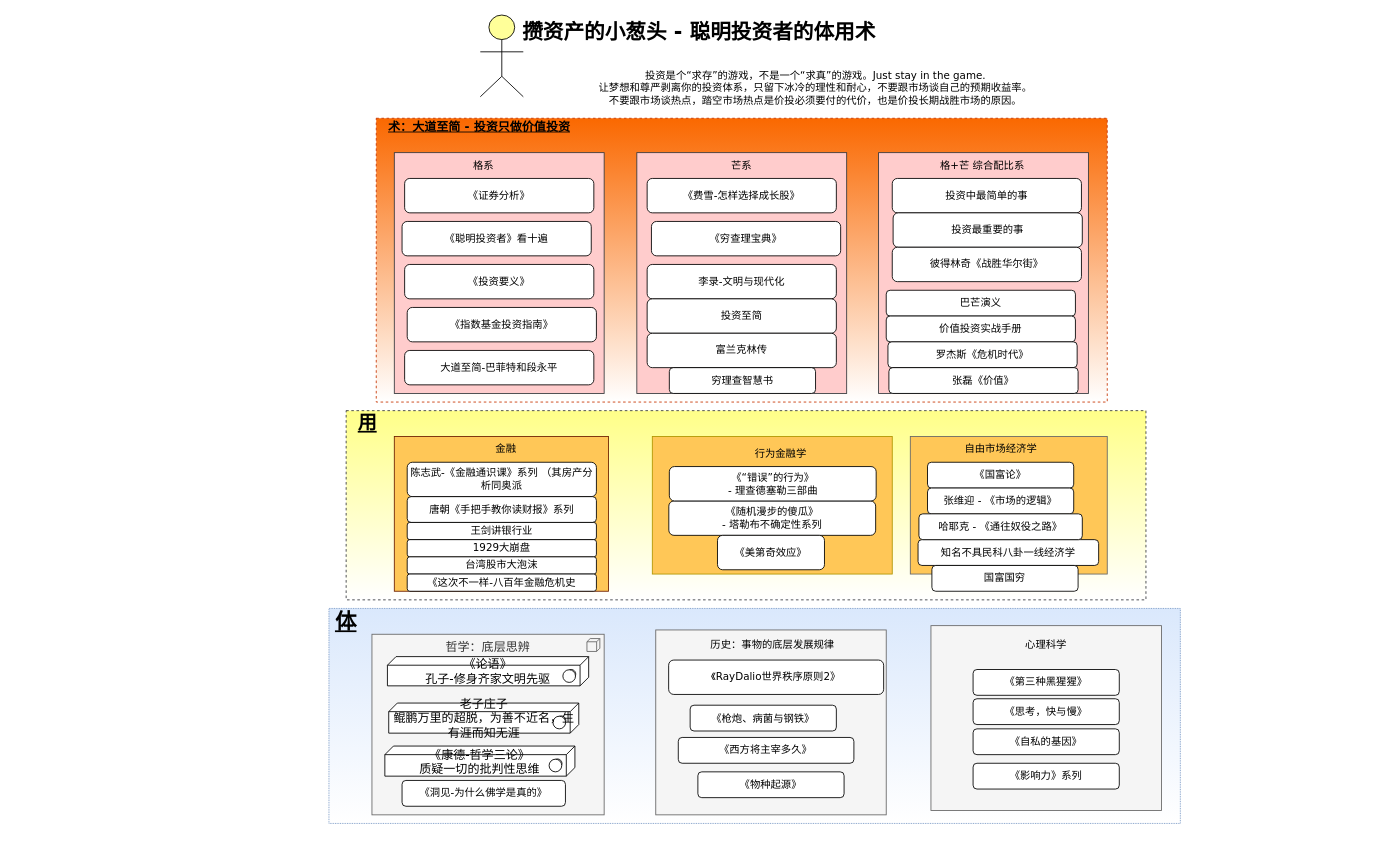
eastlakeside/smart-investor keeps this draw.io diagram as investor_books.drawio. Above is the earlier version. Source tidied: cells renumbered, new cells numbered last; positions are measured from the earlier drawing's top-left corner, leaving out a move shared by most shapes. Both pictures are drawn from the tidied source at 86%, with x=0, y=0 at pixel (15, 15).
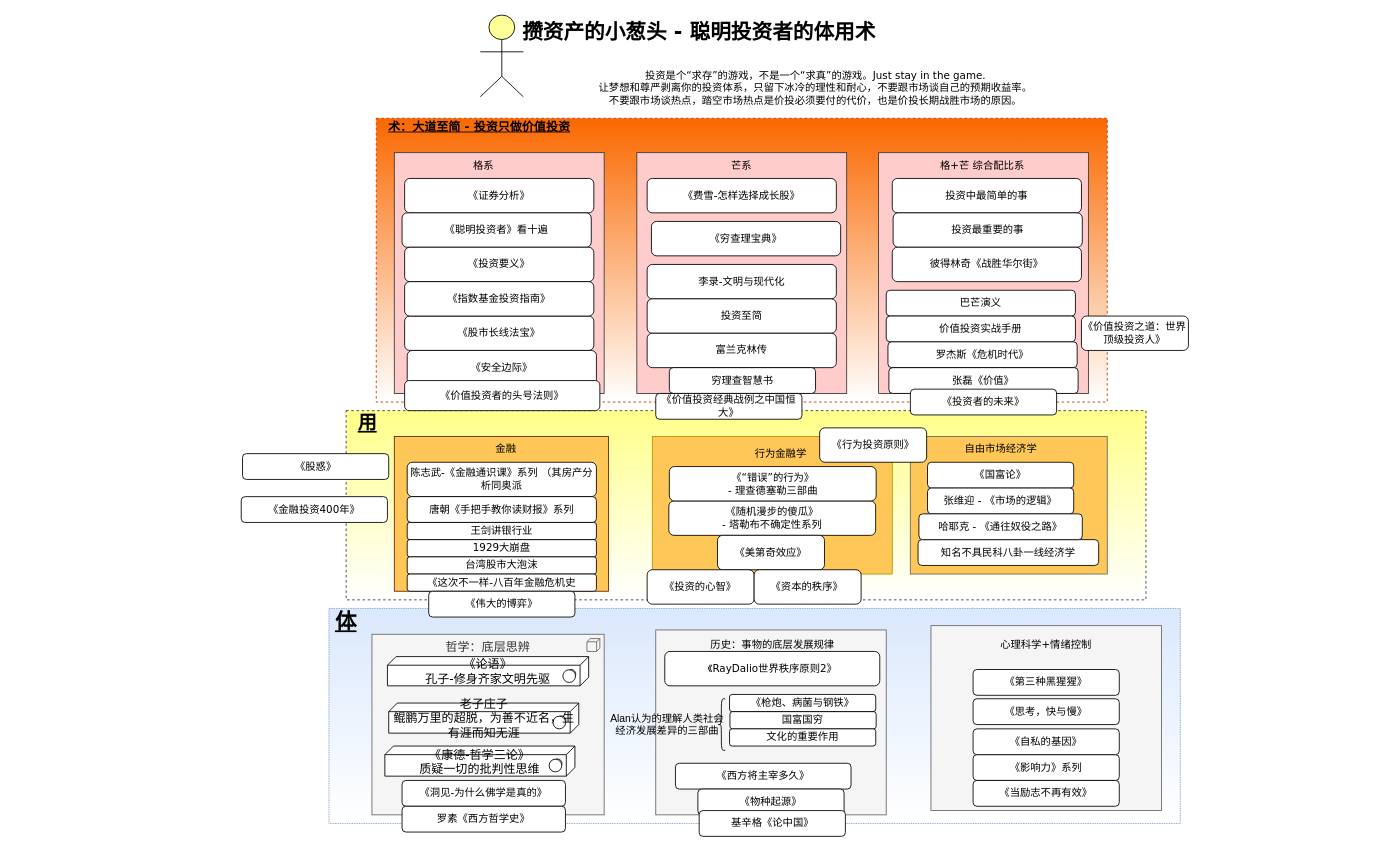
The same diagram, later.

What changed in the source:
```diff
@@
     <mxCell id="15" value="《枪炮、病菌与钢铁》" style="rounded=1;whiteSpace=wrap;html=1;fontFamily=Verdana;" parent="1" vertex="1">
-      <mxGeometry x="785" y="802.5" width="170" height="30" as="geometry" />
+      <mxGeometry x="830.8" y="790" width="170" height="20" as="geometry" />
     </mxCell>
     <mxCell id="16" value="《西方将主宰多久》" style="rounded=1;whiteSpace=wrap;html=1;fontFamily=Verdana;" parent="1" vertex="1">
-      <mxGeometry x="771.2" y="840" width="204.2" height="30" as="geometry" />
+      <mxGeometry x="767.9" y="870" width="204.2" height="30" as="geometry" />
     </mxCell>
@@
-    <mxCell id="21" value="心理科学" style="text;html=1;strokeColor=none;fillColor=none;align=center;verticalAlign=middle;whiteSpace=wrap;rounded=0;fontFamily=Verdana;" parent="1" vertex="1">
+    <mxCell id="21" value="心理科学+情绪控制" style="text;html=1;strokeColor=none;fillColor=none;align=center;verticalAlign=middle;whiteSpace=wrap;rounded=0;fontFamily=Verdana;" parent="1" vertex="1">
       <mxGeometry x="1099.1" y="718" width="199.8" height="28" as="geometry" />
     </mxCell>
     <mxCell id="22" value="《物种起源》" style="rounded=1;whiteSpace=wrap;html=1;fontFamily=Verdana;" parent="1" vertex="1">
-      <mxGeometry x="794" y="880" width="170" height="30" as="geometry" />
+      <mxGeometry x="794" y="900" width="170" height="30" as="geometry" />
     </mxCell>
@@
     <mxCell id="24" value="《影响力》系列" style="rounded=1;whiteSpace=wrap;html=1;fontFamily=Verdana;" parent="1" vertex="1">
-      <mxGeometry x="1114" y="870" width="170" height="30" as="geometry" />
+      <mxGeometry x="1114" y="860" width="170" height="30" as="geometry" />
     </mxCell>
@@
     <mxCell id="42" value="《聪明投资者》看十遍" style="rounded=1;whiteSpace=wrap;html=1;fontFamily=Verdana;" parent="1" vertex="1">
-      <mxGeometry x="450" y="240" width="220" height="40" as="geometry" />
+      <mxGeometry x="450" y="230" width="220" height="40" as="geometry" />
     </mxCell>
     <mxCell id="43" value="《投资要义》" style="rounded=1;whiteSpace=wrap;html=1;fontFamily=Verdana;" parent="1" vertex="1">
-      <mxGeometry x="453" y="290" width="220" height="40" as="geometry" />
+      <mxGeometry x="453" y="270" width="220" height="40" as="geometry" />
     </mxCell>
-    <mxCell id="44" value="大道至简-巴菲特和段永平" style="rounded=1;whiteSpace=wrap;html=1;fontFamily=Verdana;" parent="1" vertex="1">
-      <mxGeometry x="453" y="390" width="220" height="40" as="geometry" />
+    <mxCell id="44" value="《股市长线法宝》" style="rounded=1;whiteSpace=wrap;html=1;fontFamily=Verdana;" parent="1" vertex="1">
+      <mxGeometry x="453" y="350" width="220" height="40" as="geometry" />
     </mxCell>
@@
     <mxCell id="67" value="国富国穷" style="rounded=1;whiteSpace=wrap;html=1;gradientColor=#ffffff;fontFamily=Verdana;" parent="1" vertex="1">
-      <mxGeometry x="1066.1" y="640" width="170" height="30" as="geometry" />
+      <mxGeometry x="831.3" y="810" width="170" height="20" as="geometry" />
     </mxCell>
@@
     <mxCell id="70" value="《RayDalio世界秩序原则2》" style="rounded=1;whiteSpace=wrap;html=1;fontFamily=Verdana;" parent="1" vertex="1">
-      <mxGeometry x="760" y="750" width="250" height="40" as="geometry" />
+      <mxGeometry x="755.5" y="740" width="250" height="40" as="geometry" />
     </mxCell>
     <mxCell id="71" value="《指数基金投资指南》" style="rounded=1;whiteSpace=wrap;html=1;fontFamily=Verdana;" parent="1" vertex="1">
-      <mxGeometry x="456" y="340" width="220" height="40" as="geometry" />
+      <mxGeometry x="453" y="310" width="220" height="40" as="geometry" />
     </mxCell>
+    <mxCell id="72" value="文化的重要作用" style="rounded=1;whiteSpace=wrap;html=1;gradientColor=#ffffff;fontFamily=Verdana;" parent="1" vertex="1">
+      <mxGeometry x="830.8" y="830" width="170" height="20" as="geometry" />
+    </mxCell>
+    <mxCell id="73" style="shape=curlyBracket;whiteSpace=wrap;html=1;rounded=1;" parent="1" vertex="1">
+      <mxGeometry x="816.8" y="795" width="9" height="60" as="geometry" />
+    </mxCell>
+    <mxCell id="74" value="Alan认为的理解人类社会经济发展差异的三部曲" style="text;html=1;strokeColor=none;fillColor=none;align=center;verticalAlign=middle;whiteSpace=wrap;rounded=0;" parent="1" vertex="1">
+      <mxGeometry x="690.8" y="800" width="135" height="50" as="geometry" />
+    </mxCell>
+    <mxCell id="75" value="《当励志不再有效》" style="rounded=1;whiteSpace=wrap;html=1;fontFamily=Verdana;" parent="1" vertex="1">
+      <mxGeometry x="1114" y="890" width="170" height="30" as="geometry" />
+    </mxCell>
+    <mxCell id="76" value="《伟大的博弈》" style="rounded=1;whiteSpace=wrap;html=1;gradientColor=#ffffff;fontFamily=Verdana;" parent="1" vertex="1">
+      <mxGeometry x="481" y="670" width="170" height="30" as="geometry" />
+    </mxCell>
+    <mxCell id="77" value="基辛格《论中国》" style="rounded=1;whiteSpace=wrap;html=1;gradientColor=#ffffff;fontFamily=Verdana;" parent="1" vertex="1">
+      <mxGeometry x="795.5" y="925" width="170" height="30" as="geometry" />
+    </mxCell>
+    <mxCell id="78" value="《安全边际》" style="rounded=1;whiteSpace=wrap;html=1;fontFamily=Verdana;" parent="1" vertex="1">
+      <mxGeometry x="456" y="390" width="220" height="40" as="geometry" />
+    </mxCell>
+    <mxCell id="79" value="《价值投资经典战例之中国恒大》" style="rounded=1;whiteSpace=wrap;html=1;gradientColor=#ffffff;fontFamily=Verdana;" parent="1" vertex="1">
+      <mxGeometry x="745" y="440" width="170" height="30" as="geometry" />
+    </mxCell>
+    <mxCell id="80" value="《投资者的未来》" style="rounded=1;whiteSpace=wrap;html=1;gradientColor=#ffffff;fontFamily=Verdana;" parent="1" vertex="1">
+      <mxGeometry x="1041.1" y="435" width="170" height="30" as="geometry" />
+    </mxCell>
+    <mxCell id="81" value="&lt;span&gt;《投资的心智》&lt;/span&gt;" style="rounded=1;whiteSpace=wrap;html=1;gradientColor=#ffffff;fontFamily=Verdana;" parent="1" vertex="1">
+      <mxGeometry x="735" y="645" width="124.4" height="40" as="geometry" />
+    </mxCell>
+    <mxCell id="82" value="&lt;span&gt;《资本的秩序》&lt;/span&gt;" style="rounded=1;whiteSpace=wrap;html=1;gradientColor=#ffffff;fontFamily=Verdana;" parent="1" vertex="1">
+      <mxGeometry x="859.4" y="645" width="124.4" height="40" as="geometry" />
+    </mxCell>
+    <mxCell id="83" value="罗素《西方哲学史》" style="rounded=1;whiteSpace=wrap;html=1;fontFamily=Verdana;" parent="1" vertex="1">
+      <mxGeometry x="450" y="920" width="190" height="30" as="geometry" />
+    </mxCell>
+    <mxCell id="84" value="&lt;span&gt;《价值投资者的头号法则》&lt;/span&gt;" style="rounded=1;whiteSpace=wrap;html=1;gradientColor=#ffffff;fontFamily=Verdana;" parent="1" vertex="1">
+      <mxGeometry x="453" y="425" width="227" height="35" as="geometry" />
+    </mxCell>
+    <mxCell id="85" value="&lt;span&gt;《行为投资原则》&lt;/span&gt;" style="rounded=1;whiteSpace=wrap;html=1;gradientColor=#ffffff;fontFamily=Verdana;" parent="1" vertex="1">
+      <mxGeometry x="935.6" y="480" width="124.4" height="40" as="geometry" />
+    </mxCell>
+    <mxCell id="86" value="&lt;span&gt;《价值投资之道：世界顶级投资人》&lt;/span&gt;" style="rounded=1;whiteSpace=wrap;html=1;gradientColor=#ffffff;fontFamily=Verdana;" parent="1" vertex="1">
+      <mxGeometry x="1240" y="350" width="124.4" height="40" as="geometry" />
+    </mxCell>
+    <mxCell id="87" value="《股惑》" style="rounded=1;whiteSpace=wrap;html=1;gradientColor=#ffffff;fontFamily=Verdana;" parent="1" vertex="1">
+      <mxGeometry x="264.5" y="510" width="170" height="30" as="geometry" />
+    </mxCell>
+    <mxCell id="88" value="《金融投资400年》" style="rounded=1;whiteSpace=wrap;html=1;gradientColor=#ffffff;fontFamily=Verdana;" parent="1" vertex="1">
+      <mxGeometry x="263" y="560" width="170" height="30" as="geometry" />
+    </mxCell>
```
